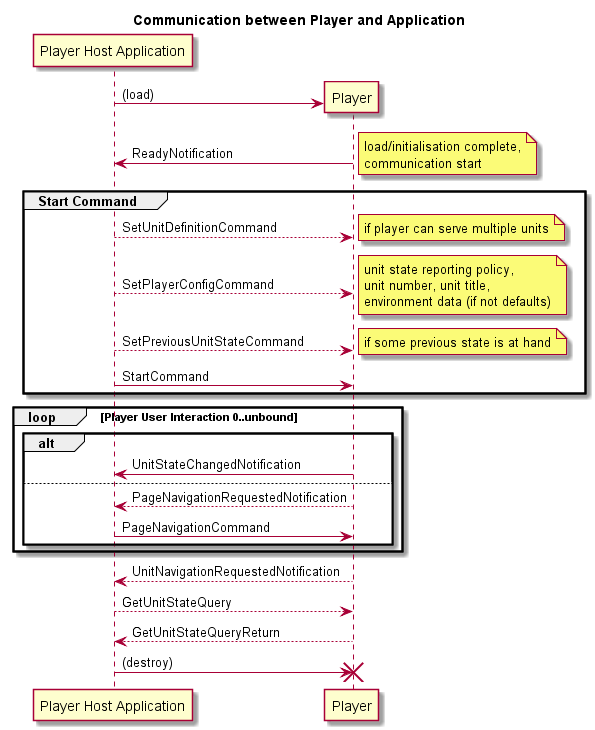
verona-interfaces/player keeps this PlantUML diagram as model/png/interfaceModel.png. Above is the earlier version.
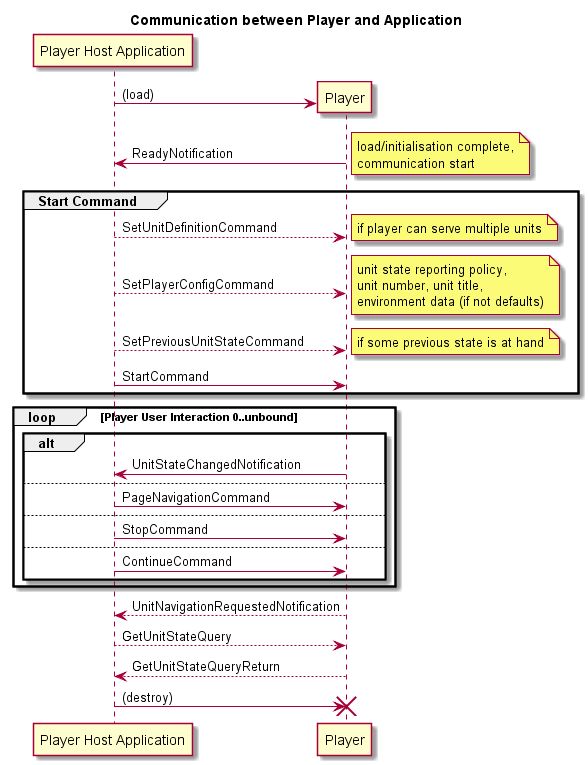
After the commit.

Diff of the diagram source:
```diff
@@ -33,8 +33,11 @@
     alt
         Player -> app: UnitStateChangedNotification
     else
-        Player --> app: PageNavigationRequestedNotification
         app -> Player: PageNavigationCommand
+    else
+        app -> Player: StopCommand
+    else
+        app -> Player: ContinueCommand
     end
 end
 
```
